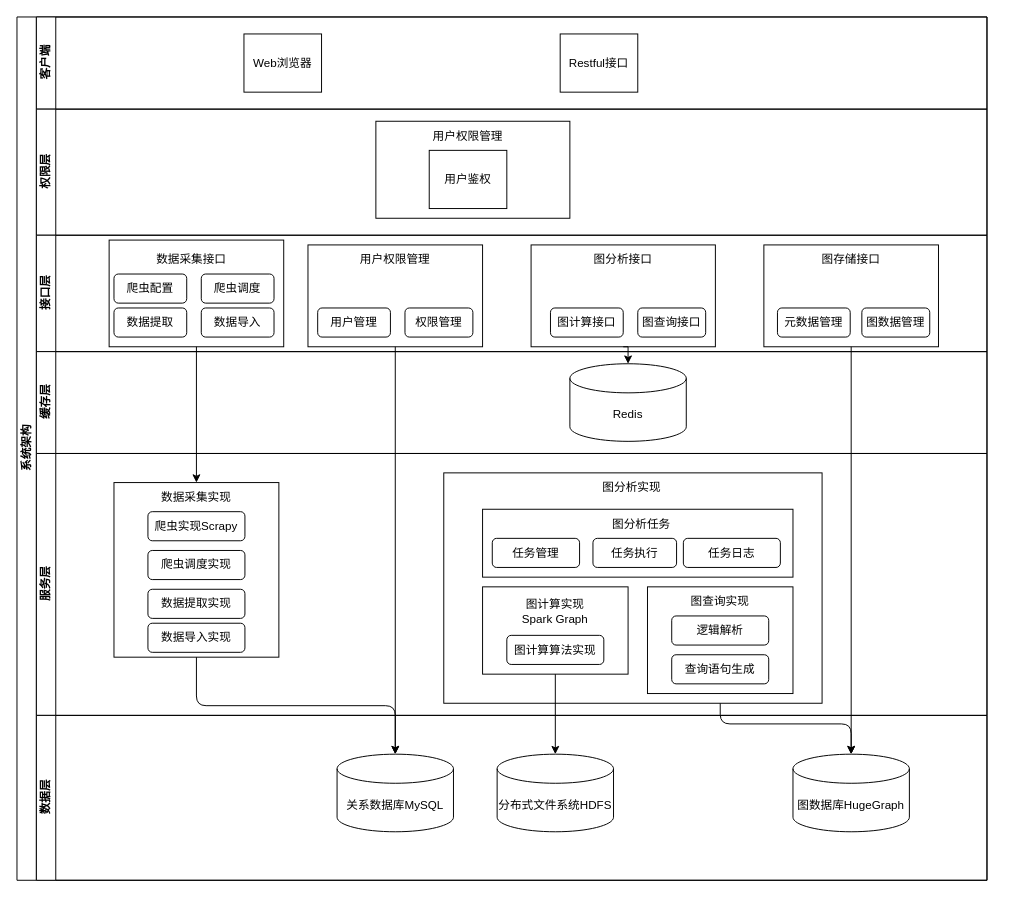
Above: 论文架构图.drawio in Missnaughty/drawio (draw.io), before the change. Source tidied: cells renumbered, new cells numbered last; positions are measured from the earlier drawing's top-left corner, leaving out a move shared by most shapes. Both pictures are drawn from the tidied source at 97%, with x=0, y=0 at pixel (16, 16).
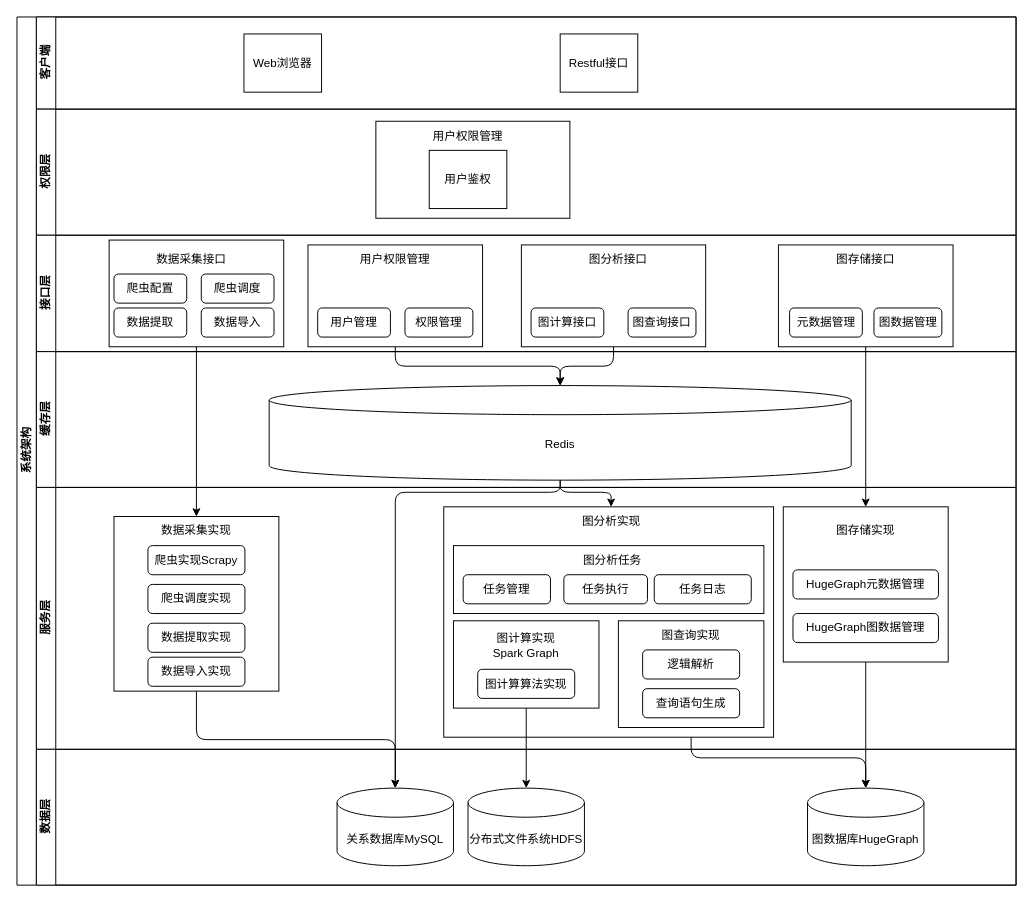
After the change.

Commit message:
更新论文架构图.drawio

The change refers to these unchanged cells:
```xml
<mxCell id="11" style="rounded=0;whiteSpace=wrap;html=1;fontFamily=Helvetica;fontSize=12;fontColor=#000000;align=center;" parent="10" vertex="1">
  <mxGeometry x="75" y="5" width="180" height="110" as="geometry" />
</mxCell>
<mxCell id="25" style="rounded=0;whiteSpace=wrap;html=1;fontFamily=Helvetica;fontSize=12;fontColor=#000000;align=center;" parent="10" vertex="1">
  <mxGeometry x="280" y="10" width="180" height="105" as="geometry" />
</mxCell>
<mxCell id="34" style="rounded=0;whiteSpace=wrap;html=1;fontFamily=Helvetica;fontSize=12;fontColor=#000000;align=center;" parent="32" vertex="1">
  <mxGeometry x="80" y="30" width="170" height="180" as="geometry" />
</mxCell>
<mxCell id="55" value="关系数据库MySQL" style="shape=cylinder3;whiteSpace=wrap;html=1;boundedLbl=1;backgroundOutline=1;size=15;" parent="53" vertex="1">
  <mxGeometry x="310" y="40" width="120" height="80" as="geometry" />
</mxCell>
```

What changed in the source:
```diff
@@
     <mxCell id="2" value="系统架构" style="swimlane;html=1;horizontal=0;startSize=20;" parent="1" vertex="1">
-      <mxGeometry width="1000" height="890" as="geometry" />
+      <mxGeometry width="1030" height="895" as="geometry" />
     </mxCell>
     <mxCell id="3" value="客户端" style="swimlane;html=1;startSize=20;horizontal=0;" parent="2" vertex="1">
-      <mxGeometry x="20" width="980" height="95" as="geometry" />
+      <mxGeometry x="20" width="1010" height="95" as="geometry" />
     </mxCell>
@@
     <mxCell id="6" value="权限层" style="swimlane;html=1;startSize=20;horizontal=0;" parent="2" vertex="1">
-      <mxGeometry x="20" y="95" width="980" height="130" as="geometry" />
+      <mxGeometry x="20" y="95" width="1010" height="130" as="geometry" />
     </mxCell>
@@
     <mxCell id="10" value="接口层" style="swimlane;html=1;startSize=20;horizontal=0;" parent="2" vertex="1">
-      <mxGeometry x="20" y="225" width="980" height="120" as="geometry" />
+      <mxGeometry x="20" y="225" width="1010" height="120" as="geometry" />
     </mxCell>
@@
     <mxCell id="12" style="rounded=0;whiteSpace=wrap;html=1;fontFamily=Helvetica;fontSize=12;fontColor=#000000;align=center;" parent="10" vertex="1">
-      <mxGeometry x="750" y="10" width="180" height="105" as="geometry" />
+      <mxGeometry x="765" y="10" width="180" height="105" as="geometry" />
     </mxCell>
     <mxCell id="13" style="rounded=0;whiteSpace=wrap;html=1;fontFamily=Helvetica;fontSize=12;fontColor=#000000;align=center;" parent="10" vertex="1">
-      <mxGeometry x="510" y="10" width="190" height="105" as="geometry" />
+      <mxGeometry x="500" y="10" width="190" height="105" as="geometry" />
     </mxCell>
     <mxCell id="14" value="图计算接口" style="rounded=1;whiteSpace=wrap;html=1;" parent="10" vertex="1">
-      <mxGeometry x="530" y="75" width="75" height="30" as="geometry" />
+      <mxGeometry x="510" y="75" width="75" height="30" as="geometry" />
     </mxCell>
     <mxCell id="15" value="图查询接口" style="rounded=1;whiteSpace=wrap;html=1;" parent="10" vertex="1">
-      <mxGeometry x="620" y="75" width="70" height="30" as="geometry" />
+      <mxGeometry x="610" y="75" width="70" height="30" as="geometry" />
     </mxCell>
     <mxCell id="16" value="图分析接口" style="text;html=1;strokeColor=none;fillColor=none;align=center;verticalAlign=middle;whiteSpace=wrap;rounded=0;" parent="10" vertex="1">
-      <mxGeometry x="565" y="10" width="80" height="30" as="geometry" />
+      <mxGeometry x="560" y="10" width="80" height="30" as="geometry" />
     </mxCell>
     <mxCell id="17" value="图存储接口" style="text;html=1;strokeColor=none;fillColor=none;align=center;verticalAlign=middle;whiteSpace=wrap;rounded=0;" parent="10" vertex="1">
-      <mxGeometry x="800" y="10" width="80" height="30" as="geometry" />
+      <mxGeometry x="815" y="10" width="80" height="30" as="geometry" />
     </mxCell>
     <mxCell id="18" value="元数据管理" style="rounded=1;whiteSpace=wrap;html=1;" parent="10" vertex="1">
-      <mxGeometry x="764" y="75" width="75" height="30" as="geometry" />
+      <mxGeometry x="776.5" y="75" width="75" height="30" as="geometry" />
     </mxCell>
     <mxCell id="19" value="图数据管理" style="rounded=1;whiteSpace=wrap;html=1;" parent="10" vertex="1">
-      <mxGeometry x="851" y="75" width="70" height="30" as="geometry" />
+      <mxGeometry x="863.5" y="75" width="70" height="30" as="geometry" />
     </mxCell>
@@
     <mxCell id="29" value="缓存层" style="swimlane;html=1;startSize=20;horizontal=0;" parent="2" vertex="1">
-      <mxGeometry x="20" y="345" width="980" height="105" as="geometry" />
+      <mxGeometry x="20" y="345" width="1010" height="140" as="geometry" />
     </mxCell>
     <mxCell id="30" value="Redis" style="shape=cylinder3;whiteSpace=wrap;html=1;boundedLbl=1;backgroundOutline=1;size=15;" parent="29" vertex="1">
-      <mxGeometry x="550" y="12.5" width="120" height="80" as="geometry" />
+      <mxGeometry x="240" y="35" width="600" height="97.5" as="geometry" />
     </mxCell>
@@
     <mxCell id="32" value="服务层" style="swimlane;html=1;startSize=20;horizontal=0;" parent="2" vertex="1">
-      <mxGeometry x="20" y="450" width="980" height="270" as="geometry" />
+      <mxGeometry x="20" y="485" width="1010" height="270" as="geometry" />
     </mxCell>
     <mxCell id="33" style="rounded=0;whiteSpace=wrap;html=1;" parent="32" vertex="1">
-      <mxGeometry x="420" y="20" width="390" height="237.5" as="geometry" />
+      <mxGeometry x="420" y="20" width="340" height="237.5" as="geometry" />
     </mxCell>
@@
     <mxCell id="36" style="rounded=0;whiteSpace=wrap;html=1;fontFamily=Helvetica;fontSize=12;fontColor=#000000;align=center;" parent="32" vertex="1">
-      <mxGeometry x="460" y="137.5" width="150" height="90" as="geometry" />
+      <mxGeometry x="430" y="137.5" width="150" height="90" as="geometry" />
     </mxCell>
     <mxCell id="37" value="图计算算法实现" style="rounded=1;whiteSpace=wrap;html=1;" parent="32" vertex="1">
-      <mxGeometry x="485" y="187.5" width="100" height="30" as="geometry" />
+      <mxGeometry x="455" y="187.5" width="100" height="30" as="geometry" />
     </mxCell>
     <mxCell id="38" value="图计算实现Spark Graph" style="text;html=1;strokeColor=none;fillColor=none;align=center;verticalAlign=middle;whiteSpace=wrap;rounded=0;" parent="32" vertex="1">
-      <mxGeometry x="495" y="147.5" width="80" height="30" as="geometry" />
+      <mxGeometry x="465" y="147.5" width="80" height="30" as="geometry" />
     </mxCell>
     <mxCell id="39" style="rounded=0;whiteSpace=wrap;html=1;fontFamily=Helvetica;fontSize=12;fontColor=#000000;align=center;" parent="32" vertex="1">
-      <mxGeometry x="630" y="137.5" width="150" height="110" as="geometry" />
+      <mxGeometry x="600" y="137.5" width="150" height="110" as="geometry" />
     </mxCell>
     <mxCell id="40" value="图查询实现" style="text;html=1;strokeColor=none;fillColor=none;align=center;verticalAlign=middle;whiteSpace=wrap;rounded=0;" parent="32" vertex="1">
-      <mxGeometry x="665" y="137.5" width="80" height="30" as="geometry" />
+      <mxGeometry x="635" y="137.5" width="80" height="30" as="geometry" />
     </mxCell>
     <mxCell id="41" value="逻辑解析" style="rounded=1;whiteSpace=wrap;html=1;" parent="32" vertex="1">
-      <mxGeometry x="655" y="167.5" width="100" height="30" as="geometry" />
+      <mxGeometry x="625" y="167.5" width="100" height="30" as="geometry" />
     </mxCell>
     <mxCell id="42" value="查询语句生成" style="rounded=1;whiteSpace=wrap;html=1;" parent="32" vertex="1">
-      <mxGeometry x="655" y="207.5" width="100" height="30" as="geometry" />
+      <mxGeometry x="625" y="207.5" width="100" height="30" as="geometry" />
     </mxCell>
@@
     <mxCell id="47" style="rounded=0;whiteSpace=wrap;html=1;fontFamily=Helvetica;fontSize=12;fontColor=#000000;align=center;" parent="32" vertex="1">
-      <mxGeometry x="460" y="57.5" width="320" height="70" as="geometry" />
+      <mxGeometry x="430" y="60" width="320" height="70" as="geometry" />
     </mxCell>
     <mxCell id="48" value="图分析任务" style="text;html=1;strokeColor=none;fillColor=none;align=center;verticalAlign=middle;whiteSpace=wrap;rounded=0;" parent="32" vertex="1">
-      <mxGeometry x="585" y="57.5" width="77.5" height="30" as="geometry" />
+      <mxGeometry x="555" y="60" width="77.5" height="30" as="geometry" />
     </mxCell>
     <mxCell id="49" value="任务管理" style="rounded=1;whiteSpace=wrap;html=1;" parent="32" vertex="1">
-      <mxGeometry x="470" y="87.5" width="90" height="30" as="geometry" />
+      <mxGeometry x="440" y="90" width="90" height="30" as="geometry" />
     </mxCell>
     <mxCell id="50" value="任务执行" style="rounded=1;whiteSpace=wrap;html=1;" parent="32" vertex="1">
-      <mxGeometry x="573.8" y="87.5" width="86.2" height="30" as="geometry" />
+      <mxGeometry x="543.8" y="90" width="86.2" height="30" as="geometry" />
     </mxCell>
     <mxCell id="51" value="任务日志" style="rounded=1;whiteSpace=wrap;html=1;" parent="32" vertex="1">
-      <mxGeometry x="667" y="87.5" width="100" height="30" as="geometry" />
+      <mxGeometry x="637" y="90" width="100" height="30" as="geometry" />
     </mxCell>
     <mxCell id="52" value="图分析实现" style="text;html=1;strokeColor=none;fillColor=none;align=center;verticalAlign=middle;whiteSpace=wrap;rounded=0;" parent="32" vertex="1">
-      <mxGeometry x="573.8" y="20" width="80" height="30" as="geometry" />
+      <mxGeometry x="552.5" y="20" width="80" height="30" as="geometry" />
     </mxCell>
+    <mxCell id="63" style="rounded=0;whiteSpace=wrap;html=1;fontFamily=Helvetica;fontSize=12;fontColor=#000000;align=center;" parent="32" vertex="1">
+      <mxGeometry x="770" y="20" width="170" height="160" as="geometry" />
+    </mxCell>
+    <mxCell id="64" value="图存储实现" style="text;html=1;strokeColor=none;fillColor=none;align=center;verticalAlign=middle;whiteSpace=wrap;rounded=0;" parent="32" vertex="1">
+      <mxGeometry x="815" y="30" width="80" height="30" as="geometry" />
+    </mxCell>
+    <mxCell id="65" value="HugeGraph元数据管理" style="rounded=1;whiteSpace=wrap;html=1;" parent="32" vertex="1">
+      <mxGeometry x="780" y="85" width="150" height="30" as="geometry" />
+    </mxCell>
+    <mxCell id="66" value="HugeGraph图数据管理" style="rounded=1;whiteSpace=wrap;html=1;" parent="32" vertex="1">
+      <mxGeometry x="780" y="130" width="150" height="30" as="geometry" />
+    </mxCell>
+    <mxCell id="57" style="edgeStyle=orthogonalEdgeStyle;rounded=1;jettySize=auto;html=1;exitX=0.5;exitY=1;exitDx=0;exitDy=0;entryX=0.5;entryY=0;entryDx=0;entryDy=0;entryPerimeter=0;curved=0;" parent="2" edge="1" source="34" target="55">
+      <mxGeometry relative="1" as="geometry" />
+    </mxCell>
+    <mxCell id="58" style="edgeStyle=orthogonalEdgeStyle;rounded=1;jettySize=auto;html=1;exitX=0.5;exitY=1;exitDx=0;exitDy=0;curved=0;" parent="2" edge="1" source="36" target="56">
+      <mxGeometry relative="1" as="geometry" />
+    </mxCell>
+    <mxCell id="59" style="edgeStyle=orthogonalEdgeStyle;rounded=0;jettySize=auto;html=1;exitX=0.5;exitY=1;exitDx=0;exitDy=0;entryX=0.5;entryY=0;entryDx=0;entryDy=0;" parent="2" edge="1" source="11" target="34">
+      <mxGeometry relative="1" as="geometry" />
+    </mxCell>
+    <mxCell id="67" style="edgeStyle=orthogonalEdgeStyle;rounded=0;jettySize=auto;html=1;exitX=0.5;exitY=1;exitDx=0;exitDy=0;entryX=0.5;entryY=0;entryDx=0;entryDy=0;" parent="2" edge="1" source="12" target="63">
+      <mxGeometry relative="1" as="geometry" />
+    </mxCell>
+    <mxCell id="68" style="edgeStyle=orthogonalEdgeStyle;rounded=0;jettySize=auto;html=1;exitX=0.5;exitY=1;exitDx=0;exitDy=0;entryX=0.5;entryY=0;entryDx=0;entryDy=0;entryPerimeter=0;" parent="2" edge="1" source="63" target="54">
+      <mxGeometry relative="1" as="geometry" />
+    </mxCell>
     <mxCell id="53" value="数据层" style="swimlane;html=1;startSize=20;horizontal=0;" parent="2" vertex="1">
-      <mxGeometry x="20" y="720" width="980" height="170" as="geometry" />
+      <mxGeometry x="20" y="755" width="1010" height="140" as="geometry" />
     </mxCell>
     <mxCell id="54" value="图数据库HugeGraph" style="shape=cylinder3;whiteSpace=wrap;html=1;boundedLbl=1;backgroundOutline=1;size=15;" parent="53" vertex="1">
-      <mxGeometry x="780" y="40" width="120" height="80" as="geometry" />
+      <mxGeometry x="795" y="40" width="120" height="80" as="geometry" />
     </mxCell>
@@
     <mxCell id="56" value="分布式文件系统HDFS" style="shape=cylinder3;whiteSpace=wrap;html=1;boundedLbl=1;backgroundOutline=1;size=15;" parent="53" vertex="1">
-      <mxGeometry x="475" y="40" width="120" height="80" as="geometry" />
+      <mxGeometry x="445" y="40" width="120" height="80" as="geometry" />
     </mxCell>
-    <mxCell id="57" style="edgeStyle=orthogonalEdgeStyle;rounded=1;jettySize=auto;html=1;exitX=0.5;exitY=1;exitDx=0;exitDy=0;entryX=0.5;entryY=0;entryDx=0;entryDy=0;entryPerimeter=0;curved=0;" parent="2" edge="1" source="34" target="55">
-      <mxGeometry relative="1" as="geometry" />
-    </mxCell>
-    <mxCell id="58" style="edgeStyle=orthogonalEdgeStyle;rounded=1;jettySize=auto;html=1;exitX=0.5;exitY=1;exitDx=0;exitDy=0;curved=0;" parent="2" edge="1" source="36" target="56">
-      <mxGeometry relative="1" as="geometry" />
-    </mxCell>
-    <mxCell id="59" style="edgeStyle=orthogonalEdgeStyle;rounded=0;jettySize=auto;html=1;exitX=0.5;exitY=1;exitDx=0;exitDy=0;entryX=0.5;entryY=0;entryDx=0;entryDy=0;" parent="2" edge="1" source="11" target="34">
-      <mxGeometry relative="1" as="geometry" />
-    </mxCell>
-    <mxCell id="60" style="edgeStyle=orthogonalEdgeStyle;rounded=0;jettySize=auto;html=1;exitX=0.5;exitY=1;exitDx=0;exitDy=0;entryX=0.5;entryY=0;entryDx=0;entryDy=0;entryPerimeter=0;" parent="2" edge="1" source="12" target="54">
-      <mxGeometry relative="1" as="geometry" />
-    </mxCell>
-    <mxCell id="61" style="edgeStyle=orthogonalEdgeStyle;rounded=0;jettySize=auto;html=1;exitX=0.5;exitY=1;exitDx=0;exitDy=0;entryX=0.5;entryY=0;entryDx=0;entryDy=0;entryPerimeter=0;" parent="2" edge="1" source="13" target="30">
+    <mxCell id="61" style="edgeStyle=orthogonalEdgeStyle;rounded=1;jettySize=auto;html=1;exitX=0.5;exitY=1;exitDx=0;exitDy=0;entryX=0.5;entryY=0;entryDx=0;entryDy=0;entryPerimeter=0;curved=0;" parent="2" edge="1" source="13" target="30">
       <mxGeometry relative="1" as="geometry" />
     </mxCell>
-    <mxCell id="62" style="edgeStyle=orthogonalEdgeStyle;rounded=0;jettySize=auto;html=1;exitX=0.5;exitY=1;exitDx=0;exitDy=0;" parent="2" edge="1" source="25" target="55">
-      <mxGeometry relative="1" as="geometry" />
-    </mxCell>
+    <mxCell id="69" style="edgeStyle=orthogonalEdgeStyle;rounded=1;jettySize=auto;html=1;exitX=0.5;exitY=1;exitDx=0;exitDy=0;entryX=0.5;entryY=0;entryDx=0;entryDy=0;entryPerimeter=0;curved=0;" parent="2" edge="1" source="25" target="30">
+      <mxGeometry relative="1" as="geometry" />
+    </mxCell>
+    <mxCell id="70" style="edgeStyle=orthogonalEdgeStyle;rounded=1;jettySize=auto;html=1;exitX=0.5;exitY=1;exitDx=0;exitDy=0;exitPerimeter=0;curved=0;" parent="2" edge="1" source="30" target="55">
+      <mxGeometry relative="1" as="geometry">
+        <Array as="points">
+          <mxPoint x="560" y="490" />
+          <mxPoint x="390" y="490" />
+        </Array>
+      </mxGeometry>
+    </mxCell>
+    <mxCell id="71" style="edgeStyle=orthogonalEdgeStyle;rounded=1;jettySize=auto;html=1;exitX=0.5;exitY=1;exitDx=0;exitDy=0;exitPerimeter=0;entryX=0.5;entryY=0;entryDx=0;entryDy=0;curved=0;" parent="2" edge="1" source="30" target="52">
+      <mxGeometry relative="1" as="geometry">
+        <Array as="points">
+          <mxPoint x="560" y="490" />
+          <mxPoint x="613" y="490" />
+        </Array>
+      </mxGeometry>
+    </mxCell>
```
